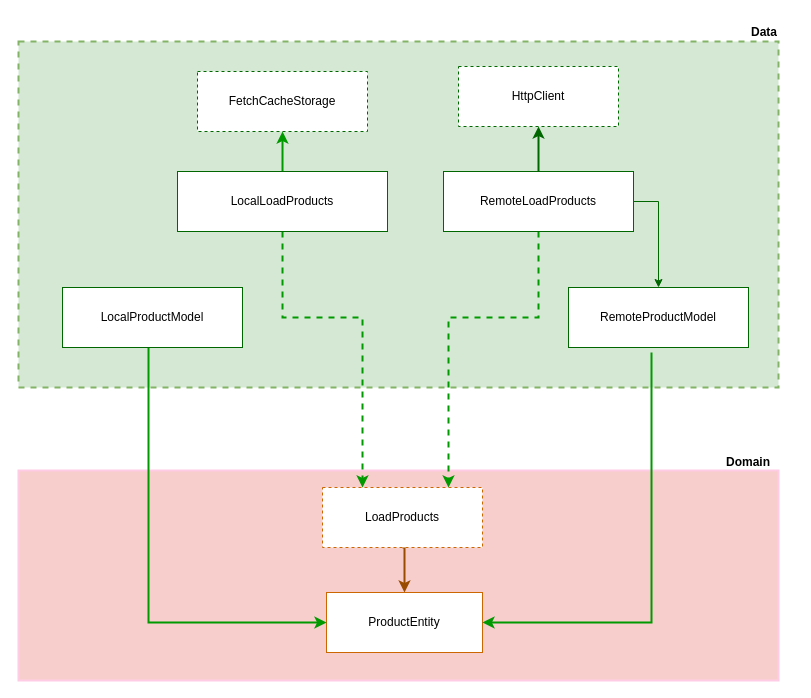
rrs-sistema/mobile-sales-micros-services keeps this draw.io diagram as page "Products" (4 of 4) of diagrams/authentication_use_case.drawio. Above is the earlier version. Source tidied: cells renumbered, new cells numbered last; positions are measured from the earlier drawing's top-left corner, leaving out a move shared by most shapes. Both pictures are drawn from the tidied source at 100%, with x=0, y=0 at pixel (18, 17).
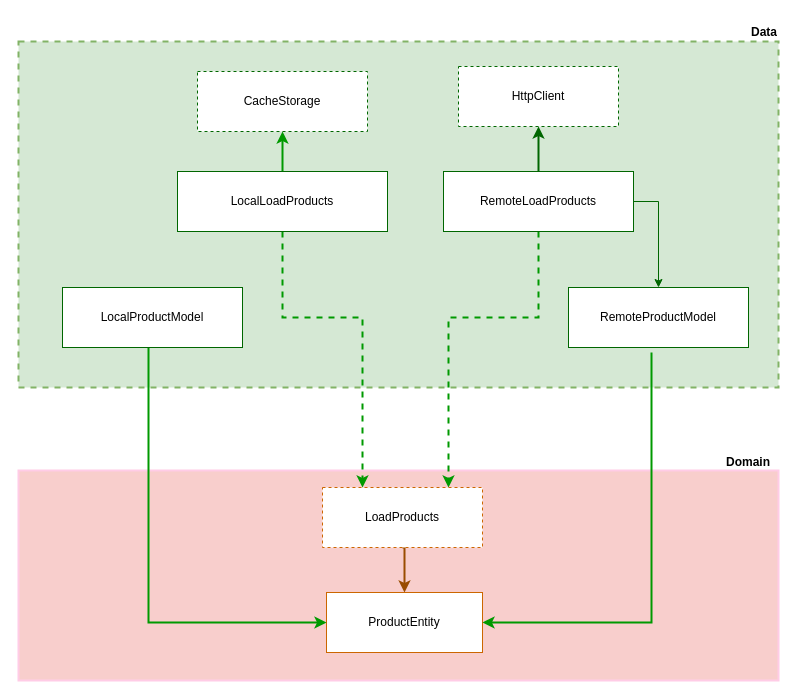
Above is the later version.

Commit message:
Update of fetch cache storage for cache storage

The edit, as a diff of the source:
```diff
@@
-    <mxCell id="19" value="FetchCacheStorage" style="rounded=0;whiteSpace=wrap;html=1;strokeColor=#006600;strokeWidth=1;fillColor=default;dashed=1;" parent="1" vertex="1">
+    <mxCell id="19" value="CacheStorage" style="rounded=0;whiteSpace=wrap;html=1;strokeColor=#006600;strokeWidth=1;fillColor=default;dashed=1;" parent="1" vertex="1">
       <mxGeometry x="179" y="54" width="170" height="60" as="geometry" />
     </mxCell>
```
